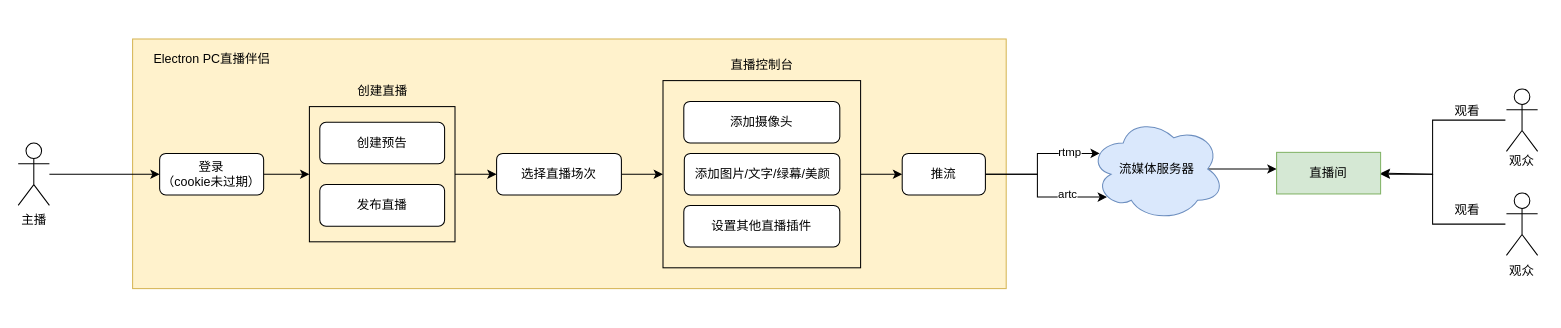
The draw.io diagram 业务流程图.drawio in git-zhanglei/flowCharts, before the edit. Source tidied: cells renumbered, new cells numbered last; positions are measured from the earlier drawing's top-left corner, leaving out a move shared by most shapes. Both pictures are drawn from the tidied source at 104%, with x=0, y=0 at pixel (18, 38).
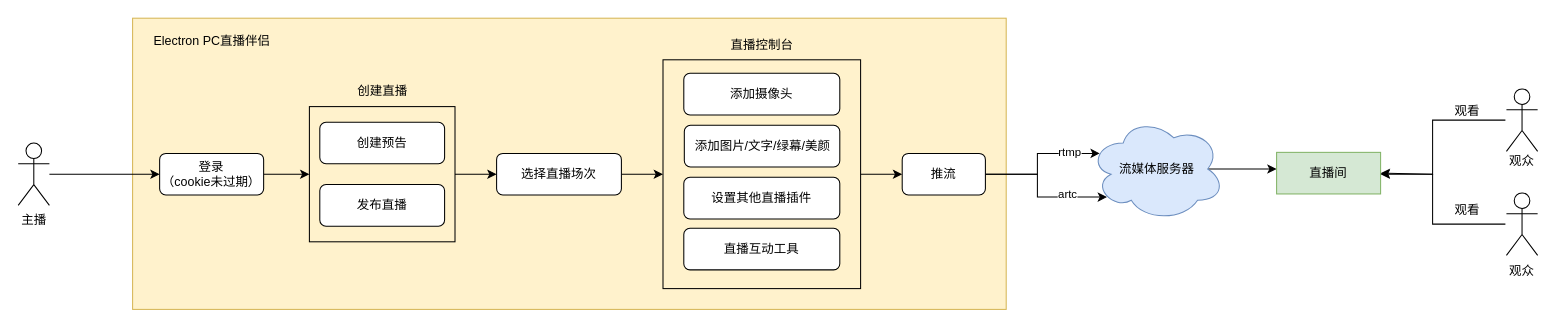
After the change.

Commit message (it also covers changes not shown here):
更新业务流程图.drawio

Change to the diagram source:
```diff
@@
     <mxCell id="2" style="rounded=0;whiteSpace=wrap;html=1;fillColor=#fff2cc;strokeColor=#d6b656;" parent="1" vertex="1">
-      <mxGeometry x="110" width="840" height="240" as="geometry" />
+      <mxGeometry x="110" y="-20" width="840" height="280" as="geometry" />
     </mxCell>
@@
     <mxCell id="15" style="rounded=0;whiteSpace=wrap;html=1;fillColor=none;" parent="1" vertex="1">
-      <mxGeometry x="620" y="40" width="190" height="180" as="geometry" />
+      <mxGeometry x="620" y="20" width="190" height="220" as="geometry" />
     </mxCell>
     <mxCell id="16" value="添加摄像头" style="rounded=1;whiteSpace=wrap;html=1;" parent="1" vertex="1">
-      <mxGeometry x="640" y="60" width="150" height="40" as="geometry" />
+      <mxGeometry x="640" y="33" width="150" height="40" as="geometry" />
     </mxCell>
     <mxCell id="17" value="添加图片/文字/绿幕/美颜" style="rounded=1;whiteSpace=wrap;html=1;" parent="1" vertex="1">
-      <mxGeometry x="640.5" y="110" width="149.5" height="40" as="geometry" />
+      <mxGeometry x="640.5" y="83" width="149.5" height="40" as="geometry" />
     </mxCell>
     <mxCell id="18" value="设置其他直播插件" style="rounded=1;whiteSpace=wrap;html=1;" parent="1" vertex="1">
-      <mxGeometry x="640" y="160" width="150" height="40" as="geometry" />
+      <mxGeometry x="640" y="133" width="150" height="40" as="geometry" />
     </mxCell>
@@
     <mxCell id="32" value="直播控制台" style="text;html=1;align=center;verticalAlign=middle;strokeColor=none;" parent="1" vertex="1">
-      <mxGeometry x="675" y="15" width="80" height="20" as="geometry" />
+      <mxGeometry x="675" y="-4" width="80" height="20" as="geometry" />
     </mxCell>
     <mxCell id="33" value="Electron PC直播伴侣" style="text;html=1;align=center;verticalAlign=middle;strokeColor=none;" parent="1" vertex="1">
-      <mxGeometry x="121" y="10" width="130" height="20" as="geometry" />
+      <mxGeometry x="121" y="-8" width="130" height="20" as="geometry" />
     </mxCell>
@@
+    <mxCell id="37" value="直播互动工具" style="rounded=1;whiteSpace=wrap;html=1;" parent="1" vertex="1">
+      <mxGeometry x="640" y="182" width="150" height="40" as="geometry" />
+    </mxCell>
```
